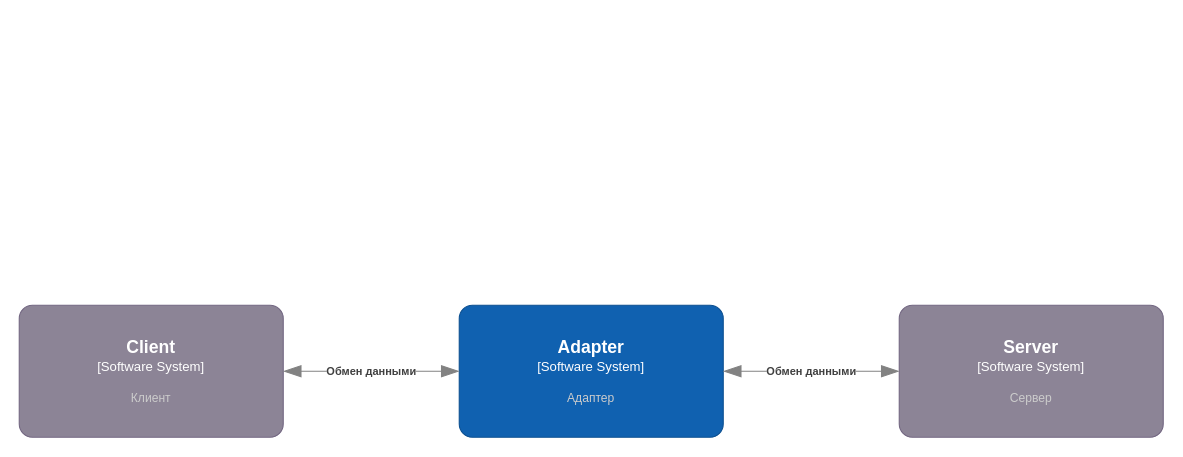
The draw.io diagram page "System Context diagram" (1 of 3) of adapter.drawio in OmarovAmir/otus, before the edit. Source tidied: cells renumbered, new cells numbered last; positions are measured from the earlier drawing's top-left corner, leaving out a move shared by most shapes. Both pictures are drawn from the tidied source at 110%, with x=0, y=0 at pixel (19, 305).
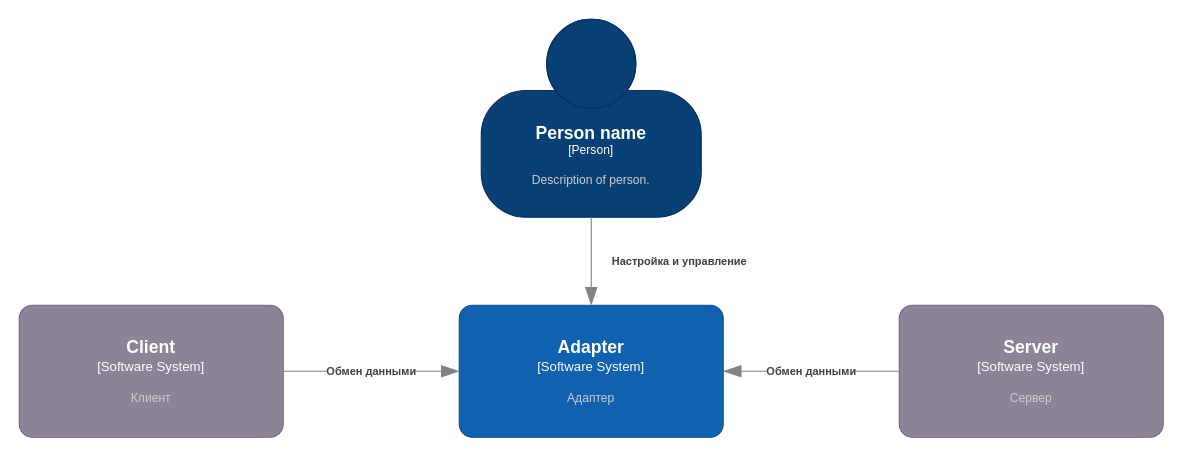
Above is the later version.

What changed in the source:
```diff
@@
 <mxGraphModel>
   <root>
     <mxCell id="0" />
     <mxCell id="1" parent="0" />
     <object id="2" label="&lt;font style=&quot;font-size: 16px&quot;&gt;&lt;b&gt;%c4Name%&lt;/b&gt;&lt;/font&gt;&lt;div&gt;[%c4Type%]&lt;/div&gt;&lt;br&gt;&lt;div&gt;&lt;font style=&quot;font-size: 11px&quot;&gt;&lt;font color=&quot;#cccccc&quot;&gt;%c4Description%&lt;/font&gt;&lt;/div&gt;" c4Description="Клиент" c4Name="Client" c4Type="Software System" placeholders="1">
       <mxCell style="rounded=1;whiteSpace=wrap;html=1;labelBackgroundColor=none;fillColor=#8C8496;fontColor=#ffffff;align=center;arcSize=10;strokeColor=#736782;points=[[0.25,0,0],[0.5,0,0],[0.75,0,0],[1,0.25,0],[1,0.5,0],[1,0.75,0],[0.75,1,0],[0.5,1,0],[0.25,1,0],[0,0.75,0],[0,0.5,0],[0,0.25,0]];" parent="1" vertex="1">
         <mxGeometry width="240" height="120" as="geometry" />
       </mxCell>
     </object>
     <object id="3" label="&lt;font style=&quot;font-size: 16px&quot;&gt;&lt;b&gt;%c4Name%&lt;/b&gt;&lt;/font&gt;&lt;div&gt;[%c4Type%]&lt;/div&gt;&lt;br&gt;&lt;div&gt;&lt;font style=&quot;font-size: 11px&quot;&gt;&lt;font color=&quot;#cccccc&quot;&gt;%c4Description%&lt;/font&gt;&lt;/div&gt;" c4Description="Адаптер" c4Name="Adapter" c4Type="Software System" placeholders="1">
       <mxCell style="rounded=1;whiteSpace=wrap;html=1;labelBackgroundColor=none;fillColor=#1061B0;fontColor=#ffffff;align=center;arcSize=10;strokeColor=#0D5091;points=[[0.25,0,0],[0.5,0,0],[0.75,0,0],[1,0.25,0],[1,0.5,0],[1,0.75,0],[0.75,1,0],[0.5,1,0],[0.25,1,0],[0,0.75,0],[0,0.5,0],[0,0.25,0]];" parent="1" vertex="1">
         <mxGeometry x="400" width="240" height="120" as="geometry" />
       </mxCell>
     </object>
     <object id="4" label="&lt;font style=&quot;font-size: 16px&quot;&gt;&lt;b&gt;%c4Name%&lt;/b&gt;&lt;/font&gt;&lt;div&gt;[%c4Type%]&lt;/div&gt;&lt;br&gt;&lt;div&gt;&lt;font style=&quot;font-size: 11px&quot;&gt;&lt;font color=&quot;#cccccc&quot;&gt;%c4Description%&lt;/font&gt;&lt;/div&gt;" c4Description="Сервер" c4Name="Server" c4Type="Software System" placeholders="1">
       <mxCell style="rounded=1;whiteSpace=wrap;html=1;labelBackgroundColor=none;fillColor=#8C8496;fontColor=#ffffff;align=center;arcSize=10;strokeColor=#736782;points=[[0.25,0,0],[0.5,0,0],[0.75,0,0],[1,0.25,0],[1,0.5,0],[1,0.75,0],[0.75,1,0],[0.5,1,0],[0.25,1,0],[0,0.75,0],[0,0.5,0],[0,0.25,0]];" parent="1" vertex="1">
         <mxGeometry x="800" width="240" height="120" as="geometry" />
       </mxCell>
     </object>
     <object id="5" label="&lt;div style=&quot;text-align: left&quot;&gt;&lt;div style=&quot;text-align: center&quot;&gt;&lt;b&gt;%c4Description%&lt;/b&gt;&lt;/div&gt;" c4Description="Обмен данными" placeholders="1">
-      <mxCell style="endArrow=blockThin;html=1;fontSize=10;fontColor=#404040;strokeWidth=1;endFill=1;strokeColor=#828282;elbow=vertical;endSize=14;startSize=14;jumpStyle=arc;jumpSize=16;rounded=0;edgeStyle=orthogonalEdgeStyle;exitX=1;exitY=0.5;exitDx=0;exitDy=0;exitPerimeter=0;entryX=0;entryY=0.5;entryDx=0;entryDy=0;entryPerimeter=0;startArrow=blockThin;startFill=1;" parent="1" edge="1" source="2" target="3">
+      <mxCell style="endArrow=blockThin;html=1;fontSize=10;fontColor=#404040;strokeWidth=1;endFill=1;strokeColor=#828282;elbow=vertical;endSize=14;startSize=14;jumpStyle=arc;jumpSize=16;rounded=0;edgeStyle=orthogonalEdgeStyle;exitX=1;exitY=0.5;exitDx=0;exitDy=0;exitPerimeter=0;entryX=0;entryY=0.5;entryDx=0;entryDy=0;entryPerimeter=0;startArrow=none;startFill=0;" parent="1" edge="1" source="2" target="3">
         <mxGeometry relative="1" as="geometry" />
       </mxCell>
     </object>
     <object id="6" label="&lt;div style=&quot;text-align: left&quot;&gt;&lt;div style=&quot;text-align: center&quot;&gt;&lt;b&gt;%c4Description%&lt;/b&gt;&lt;/div&gt;" c4Description="Обмен данными" placeholders="1">
-      <mxCell style="endArrow=blockThin;html=1;fontSize=10;fontColor=#404040;strokeWidth=1;endFill=1;strokeColor=#828282;elbow=vertical;endSize=14;startSize=14;jumpStyle=arc;jumpSize=16;rounded=0;edgeStyle=orthogonalEdgeStyle;entryX=0;entryY=0.5;entryDx=0;entryDy=0;entryPerimeter=0;exitX=1;exitY=0.5;exitDx=0;exitDy=0;exitPerimeter=0;startArrow=blockThin;startFill=1;" parent="1" edge="1" source="3" target="4">
+      <mxCell style="endArrow=none;html=1;fontSize=10;fontColor=#404040;strokeWidth=1;endFill=0;strokeColor=#828282;elbow=vertical;endSize=14;startSize=14;jumpStyle=arc;jumpSize=16;rounded=0;edgeStyle=orthogonalEdgeStyle;entryX=0;entryY=0.5;entryDx=0;entryDy=0;entryPerimeter=0;exitX=1;exitY=0.5;exitDx=0;exitDy=0;exitPerimeter=0;startArrow=blockThin;startFill=1;" parent="1" edge="1" source="3" target="4">
         <mxGeometry relative="1" as="geometry" />
       </mxCell>
     </object>
+    <object id="7" label="&lt;font style=&quot;font-size: 16px&quot;&gt;&lt;b&gt;%c4Name%&lt;/b&gt;&lt;/font&gt;&lt;div&gt;[%c4Type%]&lt;/div&gt;&lt;br&gt;&lt;div&gt;&lt;font style=&quot;font-size: 11px&quot;&gt;&lt;font color=&quot;#cccccc&quot;&gt;%c4Description%&lt;/font&gt;&lt;/div&gt;" c4Description="Description of person." c4Name="Person name" c4Type="Person" placeholders="1">
+      <mxCell style="html=1;fontSize=11;dashed=0;whiteSpace=wrap;fillColor=#083F75;strokeColor=#06315C;fontColor=#ffffff;shape=mxgraph.c4.person2;align=center;points=[[0.5,0,0],[1,0.5,0],[1,0.75,0],[0.75,1,0],[0.5,1,0],[0.25,1,0],[0,0.75,0],[0,0.5,0]];" parent="1" vertex="1">
+        <mxGeometry x="420" y="-260" width="200" height="180" as="geometry" />
+      </mxCell>
+    </object>
+    <object id="8" label="&lt;div style=&quot;text-align: left&quot;&gt;&lt;div style=&quot;text-align: center&quot;&gt;&lt;b&gt;%c4Description%&lt;/b&gt;&lt;/div&gt;" c4Description="Настройка и управление" placeholders="1">
+      <mxCell style="endArrow=blockThin;html=1;fontSize=10;fontColor=#404040;strokeWidth=1;endFill=1;strokeColor=#828282;elbow=vertical;endSize=14;startSize=14;jumpStyle=arc;jumpSize=16;rounded=0;edgeStyle=orthogonalEdgeStyle;exitX=0.5;exitY=1;exitDx=0;exitDy=0;exitPerimeter=0;entryX=0.5;entryY=0;entryDx=0;entryDy=0;entryPerimeter=0;" parent="1" edge="1" source="7" target="3">
+        <mxGeometry y="80" relative="1" as="geometry" />
+      </mxCell>
+    </object>
   </root>
 </mxGraphModel>
```
